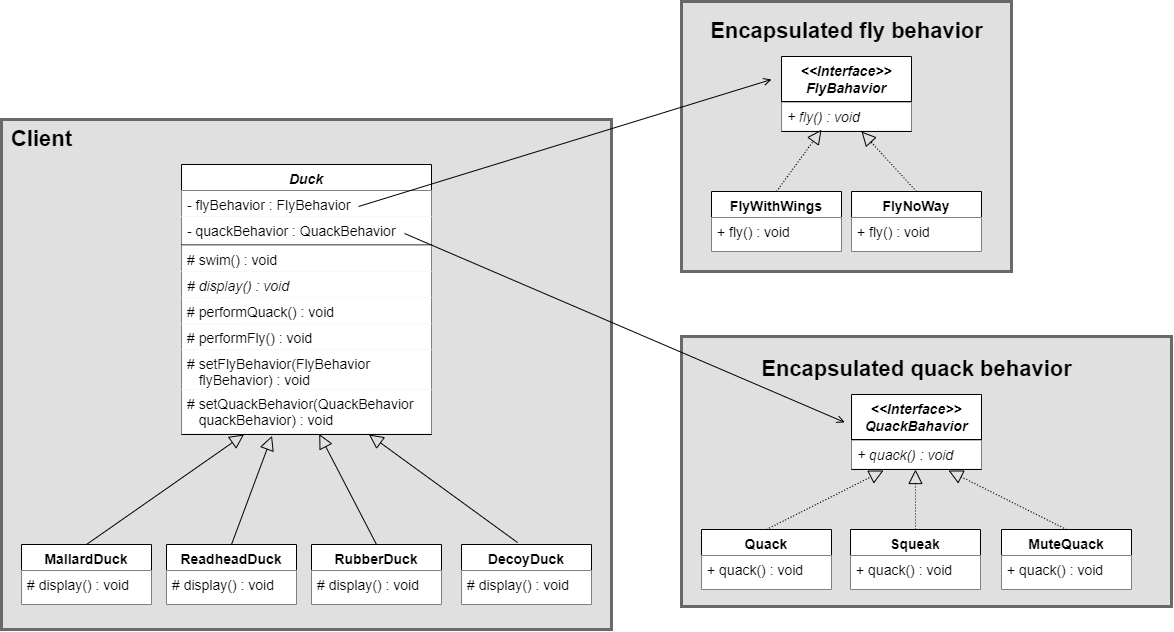
Before: src/main/java/DesignPatterns/strategy/Strategy.png, a diagram exported from draw.io (jtjin/DesignPatterns). Source tidied: cells renumbered, new cells last; positions are measured from the earlier drawing's top-left corner, leaving out a move shared by most shapes.
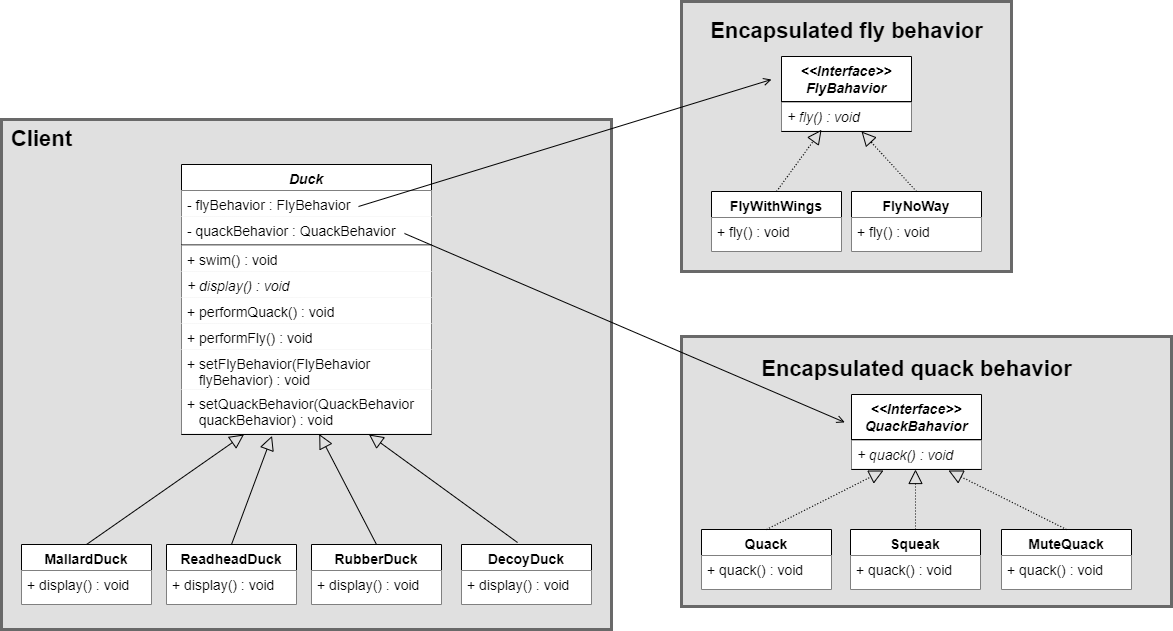
After the commit.

Commit message:
Update Strategy Pattern

The edit, as a diff of the source:
```diff
@@ -61,28 +61,28 @@
     <mxCell id="20" style="line;html=1;strokeWidth=1;align=left;verticalAlign=middle;spacingTop=-1;spacingLeft=3;spacingRight=3;labelPosition=right;fontFamily=Helvetica;fontSize=14;labelBackgroundColor=#FFFFFF;noLabel=0;perimeterSpacing=0;shadow=0;sketch=0;" parent="17" vertex="1">
       <mxGeometry y="80" width="250" height="1" as="geometry" />
     </mxCell>
-    <mxCell id="21" value="# swim() : void" style="text;align=left;verticalAlign=top;spacingLeft=4;spacingRight=4;overflow=hidden;fontFamily=Helvetica;fontSize=14;labelBackgroundColor=#ffffff;fillColor=#ffffff;" parent="17" vertex="1">
+    <mxCell id="21" value="+ swim() : void" style="text;align=left;verticalAlign=top;spacingLeft=4;spacingRight=4;overflow=hidden;fontFamily=Helvetica;fontSize=14;labelBackgroundColor=#ffffff;fillColor=#ffffff;" parent="17" vertex="1">
       <mxGeometry y="81" width="250" height="26" as="geometry" />
     </mxCell>
-    <mxCell id="22" value="# display() : void" style="text;align=left;verticalAlign=top;spacingLeft=4;spacingRight=4;overflow=hidden;fontFamily=Helvetica;fontSize=14;fontStyle=2;labelBackgroundColor=#ffffff;fillColor=#ffffff;" parent="17" vertex="1">
+    <mxCell id="22" value="+ display() : void" style="text;align=left;verticalAlign=top;spacingLeft=4;spacingRight=4;overflow=hidden;fontFamily=Helvetica;fontSize=14;fontStyle=2;labelBackgroundColor=#ffffff;fillColor=#ffffff;" parent="17" vertex="1">
       <mxGeometry y="107" width="250" height="26" as="geometry" />
     </mxCell>
-    <mxCell id="23" value="# performQuack() : void" style="text;align=left;verticalAlign=top;spacingLeft=4;spacingRight=4;overflow=hidden;fontFamily=Helvetica;fontSize=14;labelBackgroundColor=#ffffff;fillColor=#ffffff;" parent="17" vertex="1">
+    <mxCell id="23" value="+ performQuack() : void" style="text;align=left;verticalAlign=top;spacingLeft=4;spacingRight=4;overflow=hidden;fontFamily=Helvetica;fontSize=14;labelBackgroundColor=#ffffff;fillColor=#ffffff;" parent="17" vertex="1">
       <mxGeometry y="133" width="250" height="26" as="geometry" />
     </mxCell>
-    <mxCell id="24" value="# performFly() : void" style="text;align=left;verticalAlign=top;spacingLeft=4;spacingRight=4;overflow=hidden;fontFamily=Helvetica;fontSize=14;labelBackgroundColor=#ffffff;fillColor=#ffffff;" parent="17" vertex="1">
+    <mxCell id="24" value="+ performFly() : void" style="text;align=left;verticalAlign=top;spacingLeft=4;spacingRight=4;overflow=hidden;fontFamily=Helvetica;fontSize=14;labelBackgroundColor=#ffffff;fillColor=#ffffff;" parent="17" vertex="1">
       <mxGeometry y="159" width="250" height="26" as="geometry" />
     </mxCell>
-    <mxCell id="25" value="#&amp;nbsp;setFlyBehavior(FlyBehavior&amp;nbsp;&lt;br&gt;&amp;nbsp; &amp;nbsp;flyBehavior) : void" style="text;align=left;verticalAlign=top;spacingLeft=4;spacingRight=4;overflow=hidden;fontFamily=Helvetica;fontSize=14;whiteSpace=wrap;html=1;labelBackgroundColor=#ffffff;fillColor=#ffffff;" parent="17" vertex="1">
+    <mxCell id="25" value="+ setFlyBehavior(FlyBehavior&amp;nbsp;&lt;br&gt;&amp;nbsp; &amp;nbsp;flyBehavior) : void" style="text;align=left;verticalAlign=top;spacingLeft=4;spacingRight=4;overflow=hidden;fontFamily=Helvetica;fontSize=14;whiteSpace=wrap;html=1;labelBackgroundColor=#ffffff;fillColor=#ffffff;" parent="17" vertex="1">
       <mxGeometry y="185" width="250" height="40" as="geometry" />
     </mxCell>
-    <mxCell id="26" value="# setQuackBehavior(QuackBehavior       quackBehavior) : void" style="text;align=left;verticalAlign=top;spacingLeft=4;spacingRight=4;overflow=hidden;points=[[0,0.5],[1,0.5]];portConstraint=eastwest;fontFamily=Helvetica;fontSize=14;whiteSpace=wrap;labelBackgroundColor=#ffffff;fillColor=#ffffff;" parent="17" vertex="1">
+    <mxCell id="26" value="+ setQuackBehavior(QuackBehavior       quackBehavior) : void" style="text;align=left;verticalAlign=top;spacingLeft=4;spacingRight=4;overflow=hidden;points=[[0,0.5],[1,0.5]];portConstraint=eastwest;fontFamily=Helvetica;fontSize=14;whiteSpace=wrap;labelBackgroundColor=#ffffff;fillColor=#ffffff;" parent="17" vertex="1">
       <mxGeometry y="225" width="250" height="44" as="geometry" />
     </mxCell>
     <mxCell id="27" value="MallardDuck" style="swimlane;fontStyle=1;align=center;verticalAlign=top;horizontal=1;startSize=26;rounded=0;shadow=0;strokeWidth=1;fontFamily=Helvetica;fontSize=14;fillColor=#FFFFFF;labelBackgroundColor=#ffffff;" parent="15" vertex="1">
       <mxGeometry x="20" y="425" width="130" height="60" as="geometry" />
     </mxCell>
-    <mxCell id="28" value="# display() : void" style="text;align=left;verticalAlign=top;spacingLeft=4;spacingRight=4;overflow=hidden;fontStyle=0;fontFamily=Helvetica;fontSize=14;fillColor=#FFFFFF;labelBackgroundColor=#ffffff;" parent="27" vertex="1">
+    <mxCell id="28" value="+ display() : void" style="text;align=left;verticalAlign=top;spacingLeft=4;spacingRight=4;overflow=hidden;fontStyle=0;fontFamily=Helvetica;fontSize=14;fillColor=#FFFFFF;labelBackgroundColor=#ffffff;" parent="27" vertex="1">
       <mxGeometry y="26" width="130" height="34" as="geometry" />
     </mxCell>
     <mxCell id="29" style="endArrow=block;endSize=12;endFill=0;html=1;fontFamily=Helvetica;fontSize=14;exitX=0.5;exitY=0;exitDx=0;exitDy=0;entryX=0.25;entryY=1;entryDx=0;entryDy=0;" parent="15" edge="1" source="27" target="17">
@@ -91,19 +91,19 @@
     <mxCell id="30" value="ReadheadDuck" style="swimlane;fontStyle=1;align=center;verticalAlign=top;horizontal=1;startSize=26;rounded=0;shadow=0;strokeWidth=1;fontFamily=Helvetica;fontSize=14;fillColor=#FFFFFF;labelBackgroundColor=#ffffff;" parent="15" vertex="1">
       <mxGeometry x="165" y="425" width="130" height="60" as="geometry" />
     </mxCell>
-    <mxCell id="31" value="# display() : void" style="text;align=left;verticalAlign=top;spacingLeft=4;spacingRight=4;overflow=hidden;fontStyle=0;fontFamily=Helvetica;fontSize=14;fillColor=#FFFFFF;labelBackgroundColor=#ffffff;" parent="30" vertex="1">
+    <mxCell id="31" value="+ display() : void" style="text;align=left;verticalAlign=top;spacingLeft=4;spacingRight=4;overflow=hidden;fontStyle=0;fontFamily=Helvetica;fontSize=14;fillColor=#FFFFFF;labelBackgroundColor=#ffffff;" parent="30" vertex="1">
       <mxGeometry y="26" width="130" height="34" as="geometry" />
     </mxCell>
     <mxCell id="32" value="RubberDuck" style="swimlane;fontStyle=1;align=center;verticalAlign=top;horizontal=1;startSize=26;rounded=0;shadow=0;strokeWidth=1;fontFamily=Helvetica;fontSize=14;fillColor=#FFFFFF;labelBackgroundColor=#ffffff;" parent="15" vertex="1">
       <mxGeometry x="310" y="425" width="130" height="60" as="geometry" />
     </mxCell>
-    <mxCell id="33" value="# display() : void" style="text;align=left;verticalAlign=top;spacingLeft=4;spacingRight=4;overflow=hidden;fontStyle=0;fontFamily=Helvetica;fontSize=14;fillColor=#FFFFFF;labelBackgroundColor=#ffffff;" parent="32" vertex="1">
+    <mxCell id="33" value="+ display() : void" style="text;align=left;verticalAlign=top;spacingLeft=4;spacingRight=4;overflow=hidden;fontStyle=0;fontFamily=Helvetica;fontSize=14;fillColor=#FFFFFF;labelBackgroundColor=#ffffff;" parent="32" vertex="1">
       <mxGeometry y="26" width="130" height="34" as="geometry" />
     </mxCell>
     <mxCell id="34" value="DecoyDuck" style="swimlane;fontStyle=1;align=center;verticalAlign=top;horizontal=1;startSize=26;rounded=0;shadow=0;strokeWidth=1;fontFamily=Helvetica;fontSize=14;fillColor=#FFFFFF;labelBackgroundColor=#ffffff;" parent="15" vertex="1">
       <mxGeometry x="460" y="425" width="130" height="60" as="geometry" />
     </mxCell>
-    <mxCell id="35" value="# display() : void" style="text;align=left;verticalAlign=top;spacingLeft=4;spacingRight=4;overflow=hidden;fontStyle=0;fontFamily=Helvetica;fontSize=14;fillColor=#FFFFFF;labelBackgroundColor=#ffffff;" parent="34" vertex="1">
+    <mxCell id="35" value="+ display() : void" style="text;align=left;verticalAlign=top;spacingLeft=4;spacingRight=4;overflow=hidden;fontStyle=0;fontFamily=Helvetica;fontSize=14;fillColor=#FFFFFF;labelBackgroundColor=#ffffff;" parent="34" vertex="1">
       <mxGeometry y="26" width="130" height="34" as="geometry" />
     </mxCell>
     <mxCell id="36" style="endArrow=block;endSize=12;endFill=0;html=1;fontFamily=Helvetica;fontSize=14;exitX=0.5;exitY=0;exitDx=0;exitDy=0;entryX=0.362;entryY=1.053;entryDx=0;entryDy=0;entryPerimeter=0;" parent="15" edge="1" source="30" target="26">
```
